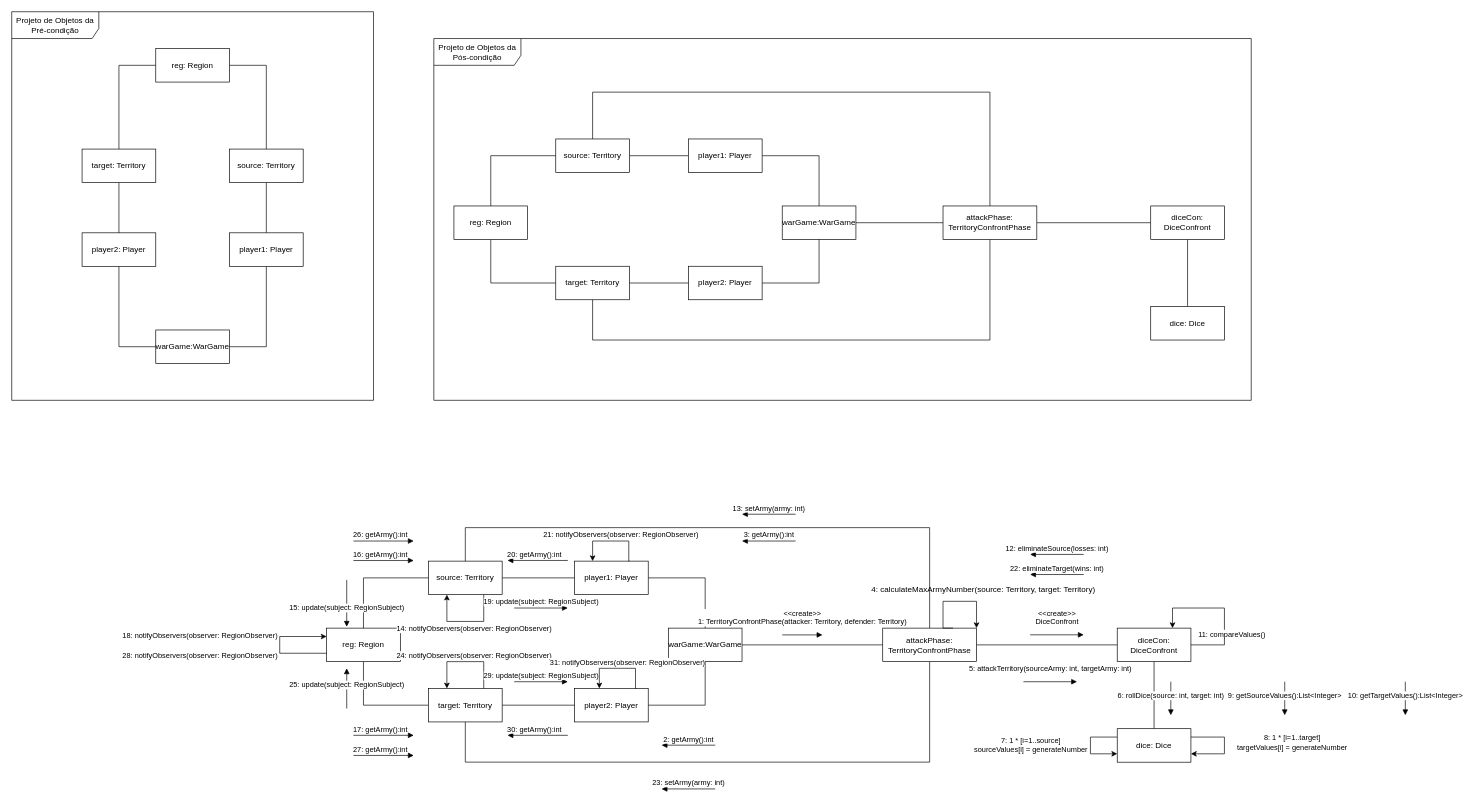
Before: collaboration-diagram.drawio in Gil32610/operation-contract-territory-confront, a draw.io diagram. Source tidied: cells renumbered, new cells numbered last; positions are measured from the earlier drawing's top-left corner, leaving out a move shared by most shapes. Both pictures are drawn from the tidied source at 67%, with x=0, y=0 at pixel (11, 11).
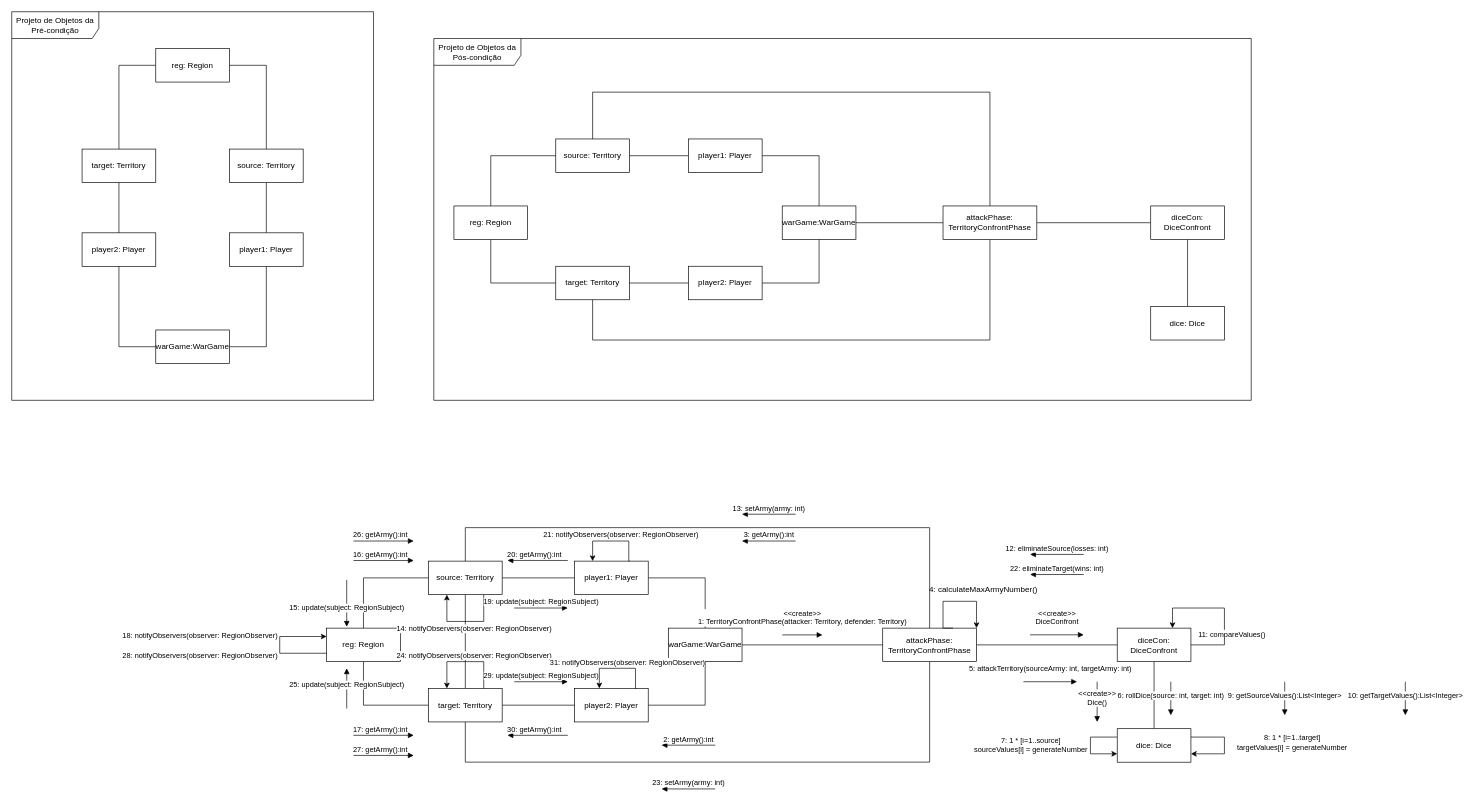
After the change.

Commit message:
collaboration diagrame order refactor

Unchanged cells that the change refers to:
```xml
<mxCell id="44" value="source: Territory" style="html=1;whiteSpace=wrap;" parent="1" vertex="1">
  <mxGeometry x="622" y="820" width="110" height="50" as="geometry" />
</mxCell>
<mxCell id="47" value="target: Territory" style="html=1;whiteSpace=wrap;" parent="1" vertex="1">
  <mxGeometry x="622" y="1010" width="110" height="50" as="geometry" />
</mxCell>
```

What changed in the source:
```diff
@@
+    <mxCell id="97" style="edgeStyle=orthogonalEdgeStyle;rounded=0;jettySize=auto;html=1;entryX=0.5;entryY=0;entryDx=0;entryDy=0;endArrow=none;endFill=0;" parent="1" edge="1" source="44" target="47">
+      <mxGeometry relative="1" as="geometry" />
+    </mxCell>
@@
-    <mxCell id="60" value="4: calculateMaxArmyNumber(source: Territory, target: Territory)" style="text;html=1;align=center;verticalAlign=middle;strokeColor=none;fillColor=none;" parent="1" vertex="1">
-      <mxGeometry x="1270" y="848" width="360" height="30" as="geometry" />
+    <mxCell id="60" value="4: calculateMaxArmyNumber()" style="text;html=1;align=center;verticalAlign=middle;strokeColor=none;fillColor=none;" parent="1" vertex="1">
+      <mxGeometry x="1355" y="848" width="190" height="30" as="geometry" />
     </mxCell>
@@
+    <mxCell id="98" value="&lt;div&gt;&amp;lt;&amp;lt;create&amp;gt;&amp;gt;&lt;/div&gt;&lt;div&gt;Dice()&lt;br&gt;&lt;/div&gt;" style="html=1;verticalAlign=bottom;endArrow=block;curved=0;rounded=0;" parent="1" edge="1">
+      <mxGeometry x="0.33" relative="1" as="geometry">
+        <mxPoint x="1620" y="1000" as="sourcePoint" />
+        <mxPoint x="1620" y="1060" as="targetPoint" />
+      </mxGeometry>
+    </mxCell>
```
